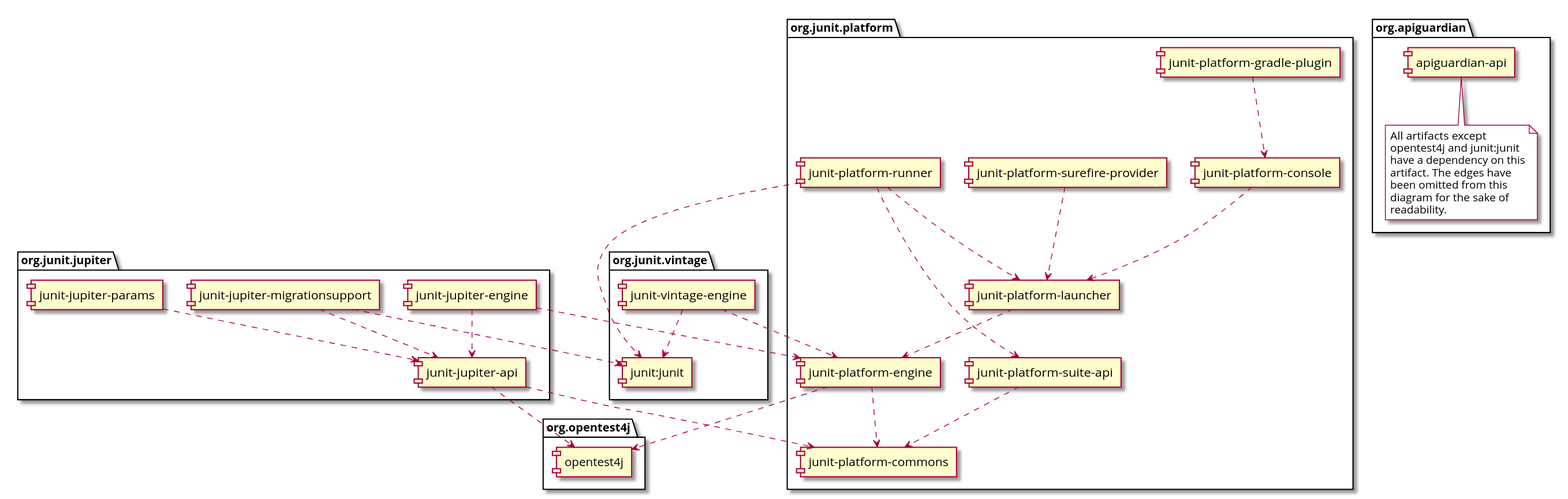
Earlier version of the PlantUML export docs/user-guide/images/component-diagram.svg (oohira/junit5-doc-jp).
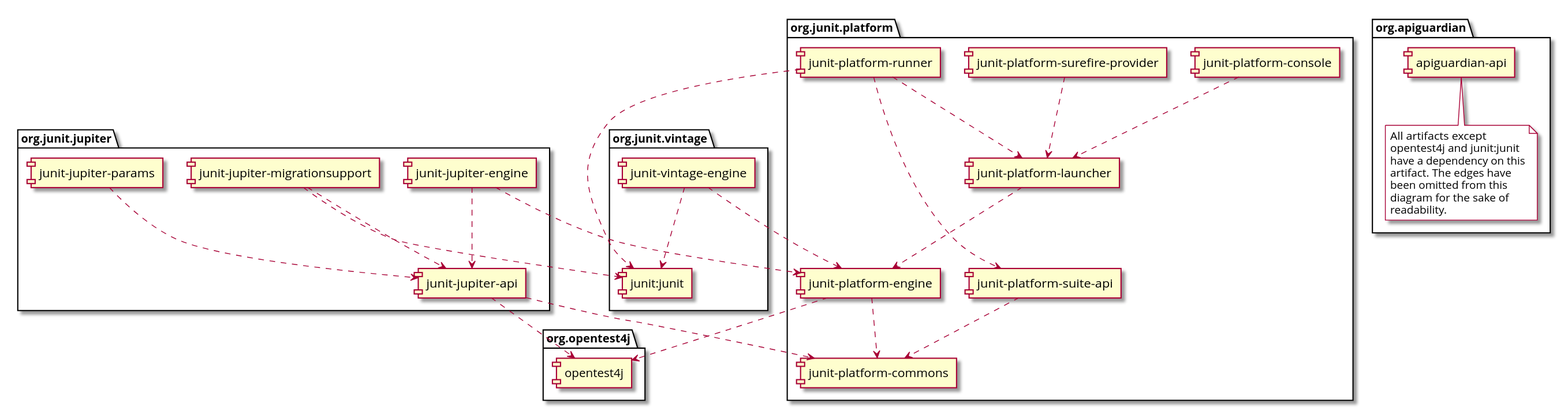
The same file after the commit.

Change to the diagram source:
```diff
@@ -19,7 +19,6 @@
     [junit-platform-commons] as commons
     [junit-platform-console] as console
     [junit-platform-engine] as engine
-    [junit-platform-gradle-plugin] as gradle
     [junit-platform-launcher] as launcher
     [junit-platform-runner] as runner
     [junit-platform-suite-api] as suite_api
@@ -55,8 +54,6 @@
 
 console ..> launcher
 
-gradle ..> console
-
 launcher ..> engine
 
 engine ..> opentest4j
```
